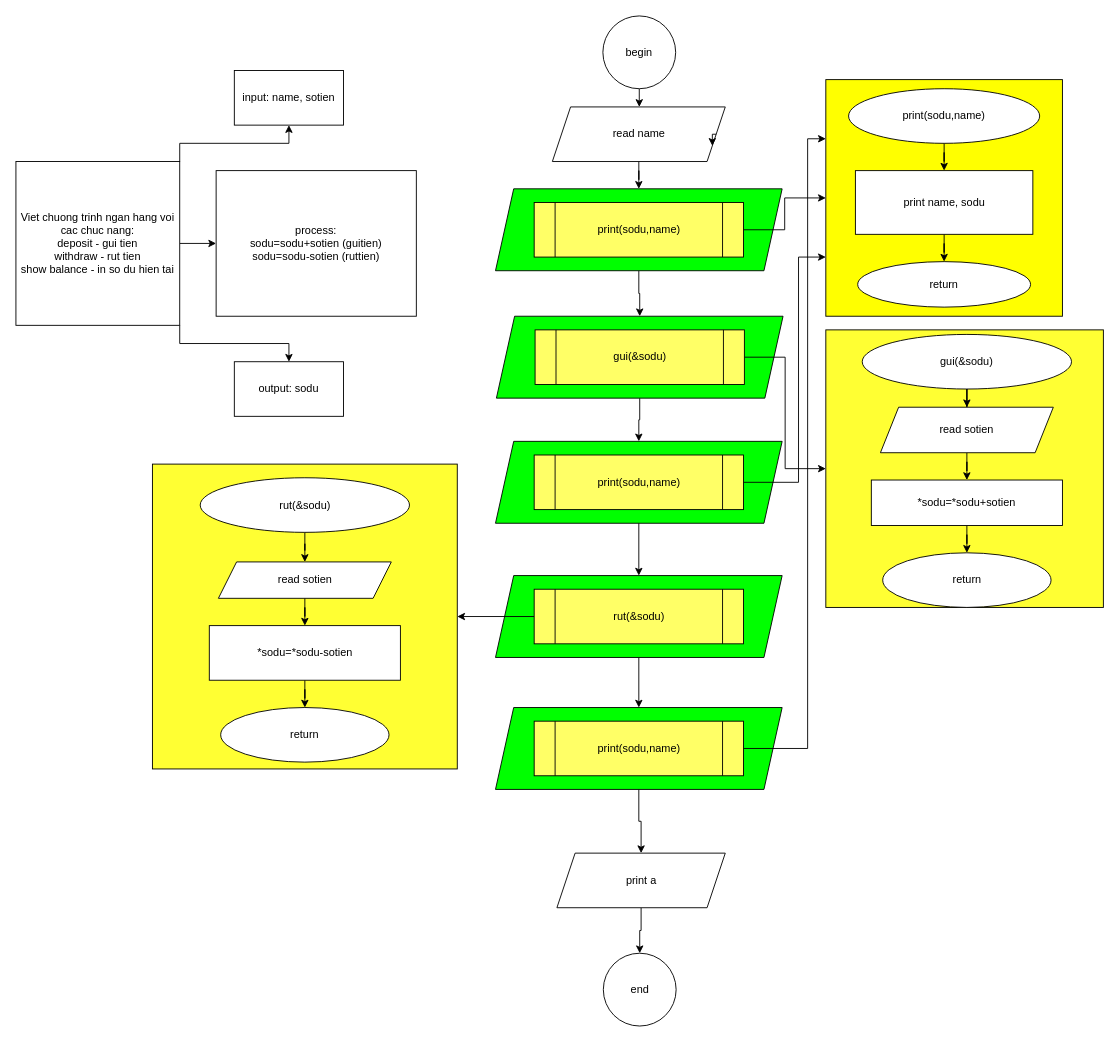
Above: 06_04_2023/bai11.drawio in KhanhNguyen9872/DH_Gia_Dinh_K16 (draw.io), before the change. Source tidied: cells renumbered, new cells numbered last; positions are measured from the earlier drawing's top-left corner, leaving out a move shared by most shapes. Both pictures are drawn from the tidied source at 91%, with x=0, y=0 at pixel (15, 15).
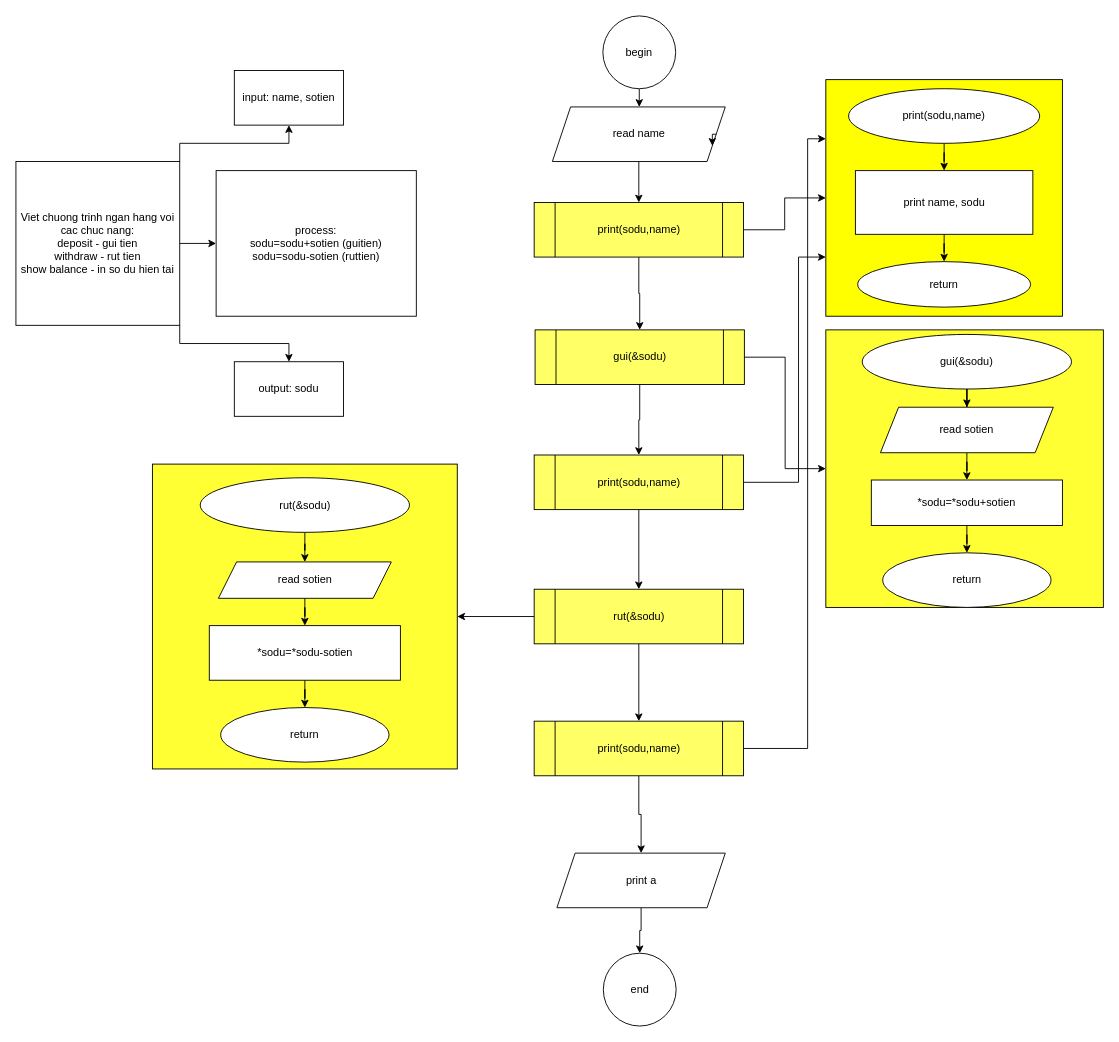
The same diagram, later.

Unchanged cells that the change refers to:
```xml
<mxCell id="16" value="gui(&amp;amp;sodu)" style="shape=process;whiteSpace=wrap;html=1;backgroundOutline=1;fillColor=#FFFF66;" parent="1" vertex="1">
  <mxGeometry x="570.5" y="345" width="230" height="60" as="geometry" />
</mxCell>
<mxCell id="18" value="print a" style="shape=parallelogram;perimeter=parallelogramPerimeter;whiteSpace=wrap;html=1;fixedSize=1;" parent="1" vertex="1">
  <mxGeometry x="594.5" y="920" width="185" height="60" as="geometry" />
</mxCell>
<mxCell id="33" value="read name" style="shape=parallelogram;perimeter=parallelogramPerimeter;whiteSpace=wrap;html=1;fixedSize=1;" parent="1" vertex="1">
  <mxGeometry x="589.5" y="100" width="190" height="60" as="geometry" />
</mxCell>
<mxCell id="37" value="print(sodu,name)" style="shape=process;whiteSpace=wrap;html=1;backgroundOutline=1;fillColor=#FFFF66;" parent="1" vertex="1">
  <mxGeometry x="569.5" y="205" width="230" height="60" as="geometry" />
</mxCell>
<mxCell id="41" value="rut(&amp;amp;sodu)" style="shape=process;whiteSpace=wrap;html=1;backgroundOutline=1;fillColor=#FFFF66;" parent="1" vertex="1">
  <mxGeometry x="569.5" y="630" width="230" height="60" as="geometry" />
</mxCell>
<mxCell id="55" value="print(sodu,name)" style="shape=process;whiteSpace=wrap;html=1;backgroundOutline=1;fillColor=#FFFF66;" parent="1" vertex="1">
  <mxGeometry x="569.5" y="482.5" width="230" height="60" as="geometry" />
</mxCell>
<mxCell id="59" value="print(sodu,name)" style="shape=process;whiteSpace=wrap;html=1;backgroundOutline=1;fillColor=#FFFF66;" parent="1" vertex="1">
  <mxGeometry x="569.5" y="775" width="230" height="60" as="geometry" />
</mxCell>
```

The edit, as a diff of the source:
```diff
@@
-    <mxCell id="5" style="edgeStyle=orthogonalEdgeStyle;rounded=0;jettySize=auto;html=1;entryX=0.5;entryY=0;entryDx=0;entryDy=0;exitX=0.5;exitY=1;exitDx=0;exitDy=0;" parent="1" edge="1" source="35" target="14">
-      <mxGeometry relative="1" as="geometry" />
-    </mxCell>
@@
-    <mxCell id="13" style="edgeStyle=orthogonalEdgeStyle;rounded=0;jettySize=auto;html=1;entryX=0.5;entryY=0;entryDx=0;entryDy=0;" parent="1" edge="1" source="14" target="53">
-      <mxGeometry relative="1" as="geometry" />
-    </mxCell>
-    <mxCell id="14" style="shape=parallelogram;perimeter=parallelogramPerimeter;whiteSpace=wrap;html=1;fixedSize=1;fillColor=#00FF00;" parent="1" vertex="1">
-      <mxGeometry x="528" y="330" width="315" height="90" as="geometry" />
-    </mxCell>
@@
+    <mxCell id="60" style="edgeStyle=orthogonalEdgeStyle;rounded=0;jettySize=auto;html=1;entryX=0.5;entryY=0;entryDx=0;entryDy=0;" parent="1" edge="1" source="16" target="55">
+      <mxGeometry relative="1" as="geometry" />
+    </mxCell>
@@
-    <mxCell id="32" style="edgeStyle=orthogonalEdgeStyle;rounded=0;jettySize=auto;html=1;entryX=0.5;entryY=0;entryDx=0;entryDy=0;" parent="1" edge="1" source="33" target="35">
+    <mxCell id="32" style="edgeStyle=orthogonalEdgeStyle;rounded=0;jettySize=auto;html=1;entryX=0.5;entryY=0;entryDx=0;entryDy=0;" parent="1" edge="1" source="33" target="37">
       <mxGeometry relative="1" as="geometry" />
     </mxCell>
@@
-    <mxCell id="35" style="shape=parallelogram;perimeter=parallelogramPerimeter;whiteSpace=wrap;html=1;fixedSize=1;fillColor=#00FF00;" parent="1" vertex="1">
-      <mxGeometry x="527" y="190" width="315" height="90" as="geometry" />
-    </mxCell>
@@
+    <mxCell id="61" style="edgeStyle=orthogonalEdgeStyle;rounded=0;jettySize=auto;html=1;entryX=0.5;entryY=0;entryDx=0;entryDy=0;" parent="1" edge="1" source="37" target="16">
+      <mxGeometry relative="1" as="geometry" />
+    </mxCell>
@@
-    <mxCell id="38" style="edgeStyle=orthogonalEdgeStyle;rounded=0;jettySize=auto;html=1;" parent="1" edge="1" source="39" target="57">
-      <mxGeometry relative="1" as="geometry" />
-    </mxCell>
-    <mxCell id="39" style="shape=parallelogram;perimeter=parallelogramPerimeter;whiteSpace=wrap;html=1;fixedSize=1;fillColor=#00FF00;" parent="1" vertex="1">
-      <mxGeometry x="527" y="615" width="315" height="90" as="geometry" />
-    </mxCell>
@@
+    <mxCell id="62" style="edgeStyle=orthogonalEdgeStyle;rounded=0;jettySize=auto;html=1;entryX=0.5;entryY=0;entryDx=0;entryDy=0;" parent="1" edge="1" source="41" target="59">
+      <mxGeometry relative="1" as="geometry" />
+    </mxCell>
@@
-    <mxCell id="52" style="edgeStyle=orthogonalEdgeStyle;rounded=0;jettySize=auto;html=1;entryX=0.5;entryY=0;entryDx=0;entryDy=0;" parent="1" edge="1" source="53" target="39">
-      <mxGeometry relative="1" as="geometry" />
-    </mxCell>
-    <mxCell id="53" style="shape=parallelogram;perimeter=parallelogramPerimeter;whiteSpace=wrap;html=1;fixedSize=1;fillColor=#00FF00;" parent="1" vertex="1">
-      <mxGeometry x="527" y="467.5" width="315" height="90" as="geometry" />
-    </mxCell>
@@
+    <mxCell id="63" style="edgeStyle=orthogonalEdgeStyle;rounded=0;jettySize=auto;html=1;entryX=0.5;entryY=0;entryDx=0;entryDy=0;" parent="1" edge="1" source="55" target="41">
+      <mxGeometry relative="1" as="geometry" />
+    </mxCell>
@@
-    <mxCell id="56" style="edgeStyle=orthogonalEdgeStyle;rounded=0;jettySize=auto;html=1;entryX=0.5;entryY=0;entryDx=0;entryDy=0;" parent="1" edge="1" source="57" target="18">
+    <mxCell id="56" style="edgeStyle=orthogonalEdgeStyle;rounded=0;jettySize=auto;html=1;entryX=0.5;entryY=0;entryDx=0;entryDy=0;exitX=0.5;exitY=1;exitDx=0;exitDy=0;" parent="1" edge="1" source="59" target="18">
       <mxGeometry relative="1" as="geometry" />
     </mxCell>
-    <mxCell id="57" style="shape=parallelogram;perimeter=parallelogramPerimeter;whiteSpace=wrap;html=1;fixedSize=1;fillColor=#00FF00;" parent="1" vertex="1">
-      <mxGeometry x="527" y="760" width="315" height="90" as="geometry" />
-    </mxCell>
```
